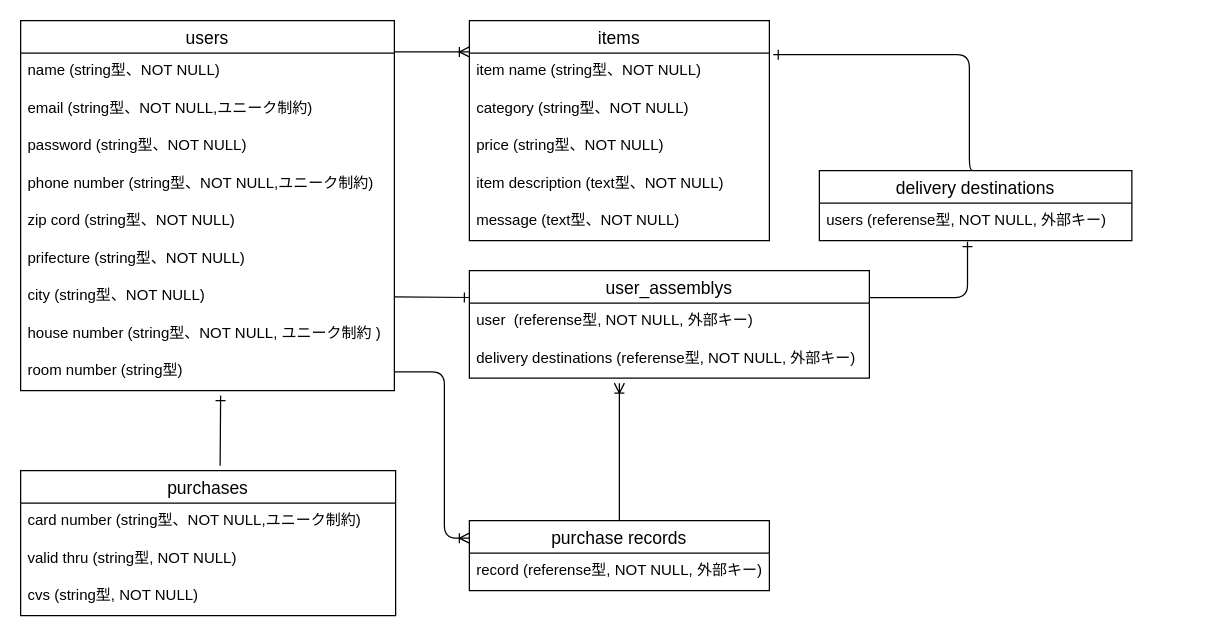
Above: fruima_ER.dio in sorairo580/furima-39405 (draw.io), before the change. Source tidied: cells renumbered, new cells numbered last; positions are measured from the earlier drawing's top-left corner, leaving out a move shared by most shapes. Both pictures are drawn from the tidied source at 125%, with x=0, y=0 at pixel (20, 20).
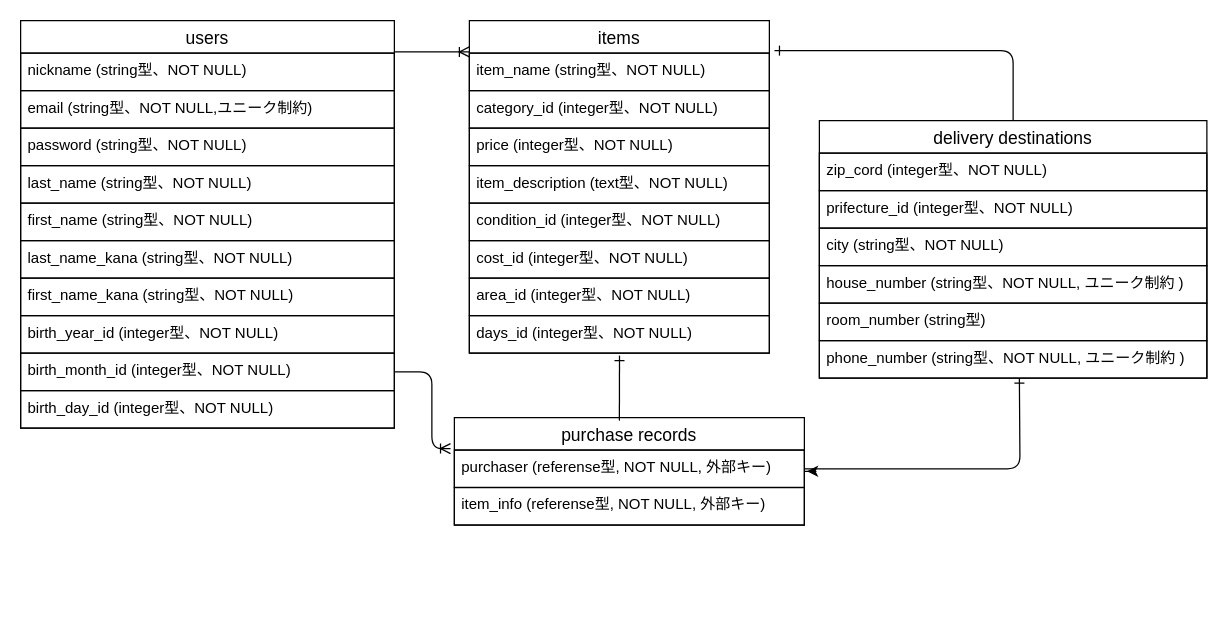
The same page after the edit.

Change to the diagram source:
```diff
@@
-    <mxCell id="2" value="users" style="swimlane;fontStyle=0;horizontal=1;startSize=26;align=center;fontSize=14;" parent="1" vertex="1">
-      <mxGeometry width="299" height="296" as="geometry" />
+    <mxCell id="2" value="users" style="swimlane;fontStyle=0;horizontal=1;startSize=26;align=center;fontSize=14;strokeColor=#000000;" parent="1" vertex="1">
+      <mxGeometry width="299" height="326" as="geometry" />
     </mxCell>
-    <mxCell id="3" value="name (string型、NOT NULL)" style="text;strokeColor=none;fillColor=none;spacingLeft=4;spacingRight=4;overflow=hidden;fontSize=12;" parent="2" vertex="1">
+    <mxCell id="3" value="nickname (string型、NOT NULL)" style="text;strokeColor=#000000;fillColor=none;spacingLeft=4;spacingRight=4;overflow=hidden;fontSize=12;" parent="2" vertex="1">
       <mxGeometry y="26" width="299" height="30" as="geometry" />
     </mxCell>
-    <mxCell id="4" value="email (string型、NOT NULL,ユニーク制約)" style="text;strokeColor=none;fillColor=none;spacingLeft=4;spacingRight=4;overflow=hidden;fontSize=12;" parent="2" vertex="1">
+    <mxCell id="4" value="email (string型、NOT NULL,ユニーク制約)" style="text;strokeColor=#000000;fillColor=none;spacingLeft=4;spacingRight=4;overflow=hidden;fontSize=12;" parent="2" vertex="1">
       <mxGeometry y="56" width="299" height="30" as="geometry" />
     </mxCell>
-    <mxCell id="5" value="password (string型、NOT NULL)" style="text;strokeColor=none;fillColor=none;spacingLeft=4;spacingRight=4;overflow=hidden;fontSize=12;" parent="2" vertex="1">
+    <mxCell id="5" value="password (string型、NOT NULL)" style="text;strokeColor=#000000;fillColor=none;spacingLeft=4;spacingRight=4;overflow=hidden;fontSize=12;" parent="2" vertex="1">
       <mxGeometry y="86" width="299" height="30" as="geometry" />
     </mxCell>
-    <mxCell id="6" value="phone number (string型、NOT NULL,ユニーク制約)" style="text;strokeColor=none;fillColor=none;spacingLeft=4;spacingRight=4;overflow=hidden;fontSize=12;" parent="2" vertex="1">
-      <mxGeometry y="116" width="299" height="30" as="geometry" />
-    </mxCell>
-    <mxCell id="7" value="zip cord (string型、NOT NULL)" style="text;strokeColor=none;fillColor=none;spacingLeft=4;spacingRight=4;overflow=hidden;fontSize=12;" parent="2" vertex="1">
-      <mxGeometry y="146" width="299" height="30" as="geometry" />
-    </mxCell>
-    <mxCell id="8" value="prifecture (string型、NOT NULL)" style="text;strokeColor=none;fillColor=none;spacingLeft=4;spacingRight=4;overflow=hidden;fontSize=12;" parent="2" vertex="1">
-      <mxGeometry y="176" width="299" height="30" as="geometry" />
-    </mxCell>
-    <mxCell id="9" value="city (string型、NOT NULL)" style="text;strokeColor=none;fillColor=none;spacingLeft=4;spacingRight=4;overflow=hidden;fontSize=12;" parent="2" vertex="1">
-      <mxGeometry y="206" width="299" height="30" as="geometry" />
-    </mxCell>
-    <mxCell id="10" value="house number (string型、NOT NULL, ユニーク制約 )" style="text;strokeColor=none;fillColor=none;spacingLeft=4;spacingRight=4;overflow=hidden;fontSize=12;" parent="2" vertex="1">
-      <mxGeometry y="236" width="299" height="30" as="geometry" />
-    </mxCell>
-    <mxCell id="11" value="room number (string型)" style="text;strokeColor=none;fillColor=none;spacingLeft=4;spacingRight=4;overflow=hidden;fontSize=12;" parent="2" vertex="1">
-      <mxGeometry y="266" width="299" height="30" as="geometry" />
-    </mxCell>
-    <mxCell id="12" value="purchases" style="swimlane;fontStyle=0;horizontal=1;startSize=26;align=center;fontSize=14;" parent="1" vertex="1">
-      <mxGeometry y="360" width="300" height="116" as="geometry" />
-    </mxCell>
-    <mxCell id="13" value="card number (string型、NOT NULL,ユニーク制約)" style="text;strokeColor=none;fillColor=none;spacingLeft=4;spacingRight=4;overflow=hidden;fontSize=12;" parent="12" vertex="1">
-      <mxGeometry y="26" width="300" height="30" as="geometry" />
-    </mxCell>
-    <mxCell id="14" value="valid thru (string型, NOT NULL)" style="text;strokeColor=none;fillColor=none;spacingLeft=4;spacingRight=4;overflow=hidden;fontSize=12;" parent="12" vertex="1">
-      <mxGeometry y="56" width="300" height="30" as="geometry" />
-    </mxCell>
-    <mxCell id="15" value="cvs (string型, NOT NULL)" style="text;strokeColor=none;fillColor=none;spacingLeft=4;spacingRight=4;overflow=hidden;fontSize=12;" parent="12" vertex="1">
-      <mxGeometry y="86" width="300" height="30" as="geometry" />
-    </mxCell>
-    <mxCell id="16" style="fontSize=12;html=1;endArrow=ERone;endFill=1;exitX=0.532;exitY=-0.034;exitDx=0;exitDy=0;exitPerimeter=0;" parent="1" edge="1">
-      <mxGeometry relative="1" as="geometry">
-        <mxPoint x="159.6" y="356.1" as="sourcePoint" />
-        <mxPoint x="160" y="300" as="targetPoint" />
-      </mxGeometry>
-    </mxCell>
+    <mxCell id="36" value="last_name (string型、NOT NULL)" style="text;strokeColor=#000000;fillColor=none;spacingLeft=4;spacingRight=4;overflow=hidden;fontSize=12;" parent="2" vertex="1">
+      <mxGeometry y="116" width="299" height="30" as="geometry" />
+    </mxCell>
+    <mxCell id="37" value="first_name (string型、NOT NULL)" style="text;strokeColor=#000000;fillColor=none;spacingLeft=4;spacingRight=4;overflow=hidden;fontSize=12;" parent="2" vertex="1">
+      <mxGeometry y="146" width="299" height="30" as="geometry" />
+    </mxCell>
+    <mxCell id="38" value="last_name_kana (string型、NOT NULL)" style="text;strokeColor=#000000;fillColor=none;spacingLeft=4;spacingRight=4;overflow=hidden;fontSize=12;" parent="2" vertex="1">
+      <mxGeometry y="176" width="299" height="30" as="geometry" />
+    </mxCell>
+    <mxCell id="39" value="first_name_kana (string型、NOT NULL)" style="text;strokeColor=#000000;fillColor=none;spacingLeft=4;spacingRight=4;overflow=hidden;fontSize=12;" parent="2" vertex="1">
+      <mxGeometry y="206" width="299" height="30" as="geometry" />
+    </mxCell>
+    <mxCell id="40" value="birth_year_id (integer型、NOT NULL)" style="text;strokeColor=#000000;fillColor=none;spacingLeft=4;spacingRight=4;overflow=hidden;fontSize=12;" parent="2" vertex="1">
+      <mxGeometry y="236" width="299" height="30" as="geometry" />
+    </mxCell>
+    <mxCell id="41" value="birth_month_id (integer型、NOT NULL)" style="text;strokeColor=#000000;fillColor=none;spacingLeft=4;spacingRight=4;overflow=hidden;fontSize=12;" parent="2" vertex="1">
+      <mxGeometry y="266" width="299" height="30" as="geometry" />
+    </mxCell>
+    <mxCell id="42" value="birth_day_id (integer型、NOT NULL)" style="text;strokeColor=#000000;fillColor=none;spacingLeft=4;spacingRight=4;overflow=hidden;fontSize=12;" parent="2" vertex="1">
+      <mxGeometry y="296" width="299" height="30" as="geometry" />
+    </mxCell>
-    <mxCell id="17" style="edgeStyle=entityRelationEdgeStyle;fontSize=15;html=1;endArrow=ERoneToMany;" parent="1" edge="1">
+    <mxCell id="17" style="edgeStyle=entityRelationEdgeStyle;fontSize=15;html=1;endArrow=ERoneToMany;strokeColor=#000000;" parent="1" edge="1">
       <mxGeometry relative="1" as="geometry">
         <mxPoint x="299" y="25" as="sourcePoint" />
         <mxPoint x="359" y="25" as="targetPoint" />
       </mxGeometry>
     </mxCell>
-    <mxCell id="18" value="items" style="swimlane;fontStyle=0;horizontal=1;startSize=26;align=center;fontSize=14;" parent="1" vertex="1">
-      <mxGeometry x="359" width="240" height="176" as="geometry" />
+    <mxCell id="18" value="items" style="swimlane;fontStyle=0;horizontal=1;startSize=26;align=center;fontSize=14;strokeColor=#000000;" parent="1" vertex="1">
+      <mxGeometry x="359" width="240" height="266" as="geometry" />
     </mxCell>
-    <mxCell id="19" value="item name (string型、NOT NULL)" style="text;strokeColor=none;fillColor=none;spacingLeft=4;spacingRight=4;overflow=hidden;points=[[0,0.5],[1,0.5]];portConstraint=eastwest;fontSize=12;" parent="18" vertex="1">
+    <mxCell id="19" value="item_name (string型、NOT NULL)" style="text;strokeColor=#000000;fillColor=none;spacingLeft=4;spacingRight=4;overflow=hidden;points=[[0,0.5],[1,0.5]];portConstraint=eastwest;fontSize=12;" parent="18" vertex="1">
       <mxGeometry y="26" width="240" height="30" as="geometry" />
     </mxCell>
-    <mxCell id="20" value="category (string型、NOT NULL)" style="text;strokeColor=none;fillColor=none;spacingLeft=4;spacingRight=4;overflow=hidden;fontSize=12;" parent="18" vertex="1">
+    <mxCell id="20" value="category_id (integer型、NOT NULL)" style="text;strokeColor=#000000;fillColor=none;spacingLeft=4;spacingRight=4;overflow=hidden;fontSize=12;" parent="18" vertex="1">
       <mxGeometry y="56" width="240" height="30" as="geometry" />
     </mxCell>
-    <mxCell id="21" value="price (string型、NOT NULL)" style="text;strokeColor=none;fillColor=none;spacingLeft=4;spacingRight=4;overflow=hidden;fontSize=12;" parent="18" vertex="1">
+    <mxCell id="21" value="price (integer型、NOT NULL)" style="text;strokeColor=#000000;fillColor=none;spacingLeft=4;spacingRight=4;overflow=hidden;fontSize=12;" parent="18" vertex="1">
       <mxGeometry y="86" width="240" height="30" as="geometry" />
     </mxCell>
-    <mxCell id="22" value="item description (text型、NOT NULL)" style="text;strokeColor=none;fillColor=none;spacingLeft=4;spacingRight=4;overflow=hidden;fontSize=12;" parent="18" vertex="1">
+    <mxCell id="22" value="item_description (text型、NOT NULL)" style="text;strokeColor=#000000;fillColor=none;spacingLeft=4;spacingRight=4;overflow=hidden;fontSize=12;" parent="18" vertex="1">
       <mxGeometry y="116" width="240" height="30" as="geometry" />
     </mxCell>
-    <mxCell id="23" value="message (text型、NOT NULL)" style="text;strokeColor=none;fillColor=none;spacingLeft=4;spacingRight=4;overflow=hidden;fontSize=12;" parent="18" vertex="1">
-      <mxGeometry y="146" width="240" height="30" as="geometry" />
-    </mxCell>
-    <mxCell id="24" style="fontSize=12;html=1;endArrow=ERone;endFill=1;exitX=1;exitY=0.5;exitDx=0;exitDy=0;entryX=0;entryY=0.25;entryDx=0;entryDy=0;" parent="1" edge="1">
-      <mxGeometry relative="1" as="geometry">
-        <mxPoint x="299" y="221" as="sourcePoint" />
-        <mxPoint x="359" y="221.5" as="targetPoint" />
-      </mxGeometry>
-    </mxCell>
-    <mxCell id="25" value="user_assemblys" style="swimlane;fontStyle=0;horizontal=1;startSize=26;align=center;fontSize=14;" parent="1" vertex="1">
-      <mxGeometry x="359" y="200" width="320" height="86" as="geometry" />
-    </mxCell>
-    <mxCell id="26" value="user  (referense型, NOT NULL, 外部キー)&#10;" style="text;strokeColor=none;fillColor=none;spacingLeft=4;spacingRight=4;overflow=hidden;fontSize=12;" parent="25" vertex="1">
-      <mxGeometry y="26" width="320" height="30" as="geometry" />
-    </mxCell>
-    <mxCell id="27" value="delivery destinations (referense型, NOT NULL, 外部キー)&#10;" style="text;strokeColor=none;fillColor=none;spacingLeft=4;spacingRight=4;overflow=hidden;fontSize=12;" parent="25" vertex="1">
-      <mxGeometry y="56" width="320" height="30" as="geometry" />
-    </mxCell>
+    <mxCell id="43" value="condition_id (integer型、NOT NULL)" style="text;strokeColor=#000000;fillColor=none;spacingLeft=4;spacingRight=4;overflow=hidden;fontSize=12;" parent="18" vertex="1">
+      <mxGeometry y="146" width="240" height="30" as="geometry" />
+    </mxCell>
+    <mxCell id="44" value="cost_id (integer型、NOT NULL)" style="text;strokeColor=#000000;fillColor=none;spacingLeft=4;spacingRight=4;overflow=hidden;fontSize=12;" parent="18" vertex="1">
+      <mxGeometry y="176" width="240" height="30" as="geometry" />
+    </mxCell>
+    <mxCell id="45" value="area_id (integer型、NOT NULL)" style="text;strokeColor=#000000;fillColor=none;spacingLeft=4;spacingRight=4;overflow=hidden;fontSize=12;" parent="18" vertex="1">
+      <mxGeometry y="206" width="240" height="30" as="geometry" />
+    </mxCell>
+    <mxCell id="46" value="days_id (integer型、NOT NULL)" style="text;strokeColor=#000000;fillColor=none;spacingLeft=4;spacingRight=4;overflow=hidden;fontSize=12;" parent="18" vertex="1">
+      <mxGeometry y="236" width="240" height="30" as="geometry" />
+    </mxCell>
-    <mxCell id="28" style="edgeStyle=elbowEdgeStyle;fontSize=15;html=1;endArrow=ERoneToMany;entryX=0;entryY=0.25;entryDx=0;entryDy=0;exitX=1;exitY=0.5;exitDx=0;exitDy=0;" parent="1" edge="1">
+    <mxCell id="28" style="edgeStyle=elbowEdgeStyle;fontSize=15;html=1;endArrow=ERoneToMany;exitX=1;exitY=0.5;exitDx=0;exitDy=0;entryX=-0.011;entryY=-0.037;entryDx=0;entryDy=0;entryPerimeter=0;strokeColor=#000000;" parent="1" edge="1" target="31">
       <mxGeometry relative="1" as="geometry">
         <mxPoint x="299" y="281" as="sourcePoint" />
-        <mxPoint x="359" y="414" as="targetPoint" />
         <Array as="points">
-          <mxPoint x="339" y="320" />
+          <mxPoint x="329" y="310" />
         </Array>
       </mxGeometry>
     </mxCell>
-    <mxCell id="29" style="fontSize=15;html=1;endArrow=ERoneToMany;exitX=0.5;exitY=0;exitDx=0;exitDy=0;" parent="1" edge="1">
-      <mxGeometry relative="1" as="geometry">
-        <mxPoint x="479" y="400" as="sourcePoint" />
-        <mxPoint x="479" y="290" as="targetPoint" />
-      </mxGeometry>
-    </mxCell>
+    <mxCell id="47" style="edgeStyle=orthogonalEdgeStyle;html=1;strokeColor=#000000;" parent="1" edge="1" source="30">
+      <mxGeometry relative="1" as="geometry">
+        <mxPoint x="629" y="360.5" as="targetPoint" />
+      </mxGeometry>
+    </mxCell>
-    <mxCell id="30" value="purchase records" style="swimlane;fontStyle=0;horizontal=1;startSize=26;align=center;fontSize=14;" parent="1" vertex="1">
-      <mxGeometry x="359" y="400" width="240" height="56" as="geometry" />
+    <mxCell id="30" value="purchase records" style="swimlane;fontStyle=0;horizontal=1;startSize=26;align=center;fontSize=14;strokeColor=#000000;" parent="1" vertex="1">
+      <mxGeometry x="347" y="317.5" width="280" height="86" as="geometry" />
     </mxCell>
-    <mxCell id="31" value="record (referense型, NOT NULL, 外部キー)&#10;" style="text;strokeColor=none;fillColor=none;spacingLeft=4;spacingRight=4;overflow=hidden;points=[[0,0.5],[1,0.5]];portConstraint=eastwest;fontSize=12;" parent="30" vertex="1">
-      <mxGeometry y="26" width="240" height="30" as="geometry" />
+    <mxCell id="31" value="purchaser (referense型, NOT NULL, 外部キー)&#10;" style="text;strokeColor=#000000;fillColor=none;spacingLeft=4;spacingRight=4;overflow=hidden;points=[[0,0.5],[1,0.5]];portConstraint=eastwest;fontSize=12;" parent="30" vertex="1">
+      <mxGeometry y="26" width="280" height="30" as="geometry" />
     </mxCell>
+    <mxCell id="48" value="item_info (referense型, NOT NULL, 外部キー)&#10;" style="text;strokeColor=#000000;fillColor=none;spacingLeft=4;spacingRight=4;overflow=hidden;fontSize=12;" parent="30" vertex="1">
+      <mxGeometry y="56" width="280" height="30" as="geometry" />
+    </mxCell>
-    <mxCell id="32" style="edgeStyle=orthogonalEdgeStyle;fontSize=12;html=1;endArrow=ERone;endFill=1;exitX=0.5;exitY=0;exitDx=0;exitDy=0;entryX=1.013;entryY=0.04;entryDx=0;entryDy=0;entryPerimeter=0;" parent="1" edge="1">
-      <mxGeometry relative="1" as="geometry">
-        <mxPoint x="764" y="120" as="sourcePoint" />
-        <mxPoint x="602.1" y="27.2" as="targetPoint" />
-        <Array as="points">
-          <mxPoint x="759" y="120" />
-          <mxPoint x="759" y="27" />
-        </Array>
-      </mxGeometry>
+    <mxCell id="32" style="edgeStyle=orthogonalEdgeStyle;fontSize=12;html=1;endArrow=ERone;endFill=1;exitX=0.5;exitY=0;exitDx=0;exitDy=0;entryX=1.017;entryY=-0.067;entryDx=0;entryDy=0;entryPerimeter=0;strokeColor=#000000;" parent="1" edge="1" source="33" target="19">
+      <mxGeometry relative="1" as="geometry" />
     </mxCell>
-    <mxCell id="33" value="delivery destinations" style="swimlane;fontStyle=0;horizontal=1;startSize=26;align=center;fontSize=14;" parent="1" vertex="1">
-      <mxGeometry x="639" y="120" width="250" height="56" as="geometry" />
+    <mxCell id="33" value="delivery destinations" style="swimlane;fontStyle=0;horizontal=1;startSize=26;align=center;fontSize=14;strokeColor=#000000;" parent="1" vertex="1">
+      <mxGeometry x="639" y="80" width="310" height="206" as="geometry" />
     </mxCell>
-    <mxCell id="34" value="users (referense型, NOT NULL, 外部キー)&#10;" style="text;strokeColor=none;fillColor=none;spacingLeft=4;spacingRight=4;overflow=hidden;fontSize=12;" parent="33" vertex="1">
-      <mxGeometry y="26" width="250" height="30" as="geometry" />
-    </mxCell>
-    <mxCell id="35" style="edgeStyle=orthogonalEdgeStyle;fontSize=12;html=1;endArrow=ERone;endFill=1;exitX=1;exitY=0.25;exitDx=0;exitDy=0;entryX=0.474;entryY=1.027;entryDx=0;entryDy=0;entryPerimeter=0;" parent="1" edge="1">
-      <mxGeometry relative="1" as="geometry">
-        <mxPoint x="679" y="221.5" as="sourcePoint" />
-        <mxPoint x="757.5" y="176.8" as="targetPoint" />
-        <Array as="points">
-          <mxPoint x="758" y="222" />
-        </Array>
-      </mxGeometry>
-    </mxCell>
+    <mxCell id="7" value="zip_cord (integer型、NOT NULL)" style="text;strokeColor=#000000;fillColor=none;spacingLeft=4;spacingRight=4;overflow=hidden;fontSize=12;" parent="33" vertex="1">
+      <mxGeometry y="26" width="310" height="30" as="geometry" />
+    </mxCell>
+    <mxCell id="8" value="prifecture_id (integer型、NOT NULL)" style="text;strokeColor=#000000;fillColor=none;spacingLeft=4;spacingRight=4;overflow=hidden;fontSize=12;" parent="33" vertex="1">
+      <mxGeometry y="56" width="310" height="30" as="geometry" />
+    </mxCell>
+    <mxCell id="9" value="city (string型、NOT NULL)" style="text;strokeColor=#000000;fillColor=none;spacingLeft=4;spacingRight=4;overflow=hidden;fontSize=12;" parent="33" vertex="1">
+      <mxGeometry y="86" width="310" height="30" as="geometry" />
+    </mxCell>
+    <mxCell id="10" value="house_number (string型、NOT NULL, ユニーク制約 )" style="text;strokeColor=#000000;fillColor=none;spacingLeft=4;spacingRight=4;overflow=hidden;fontSize=12;" parent="33" vertex="1">
+      <mxGeometry y="116" width="310" height="30" as="geometry" />
+    </mxCell>
+    <mxCell id="11" value="room_number (string型)" style="text;strokeColor=#000000;fillColor=none;spacingLeft=4;spacingRight=4;overflow=hidden;fontSize=12;" parent="33" vertex="1">
+      <mxGeometry y="146" width="310" height="30" as="geometry" />
+    </mxCell>
+    <mxCell id="49" value="phone_number (string型、NOT NULL, ユニーク制約 )" style="text;strokeColor=#000000;fillColor=none;spacingLeft=4;spacingRight=4;overflow=hidden;fontSize=12;" parent="33" vertex="1">
+      <mxGeometry y="176" width="310" height="30" as="geometry" />
+    </mxCell>
+    <mxCell id="50" style="fontSize=12;html=1;endArrow=ERone;endFill=1;entryX=0.513;entryY=1.067;entryDx=0;entryDy=0;entryPerimeter=0;strokeColor=#000000;" parent="1" edge="1">
+      <mxGeometry relative="1" as="geometry">
+        <mxPoint x="479" y="320" as="sourcePoint" />
+        <mxPoint x="479.1" y="268" as="targetPoint" />
+      </mxGeometry>
+    </mxCell>
+    <mxCell id="51" style="edgeStyle=orthogonalEdgeStyle;fontSize=12;html=1;endArrow=ERone;endFill=1;exitX=1;exitY=0.5;exitDx=0;exitDy=0;entryX=1.017;entryY=-0.067;entryDx=0;entryDy=0;entryPerimeter=0;strokeColor=#000000;" parent="1" edge="1" source="31">
+      <mxGeometry relative="1" as="geometry">
+        <mxPoint x="799" y="286" as="targetPoint" />
+      </mxGeometry>
+    </mxCell>
```
